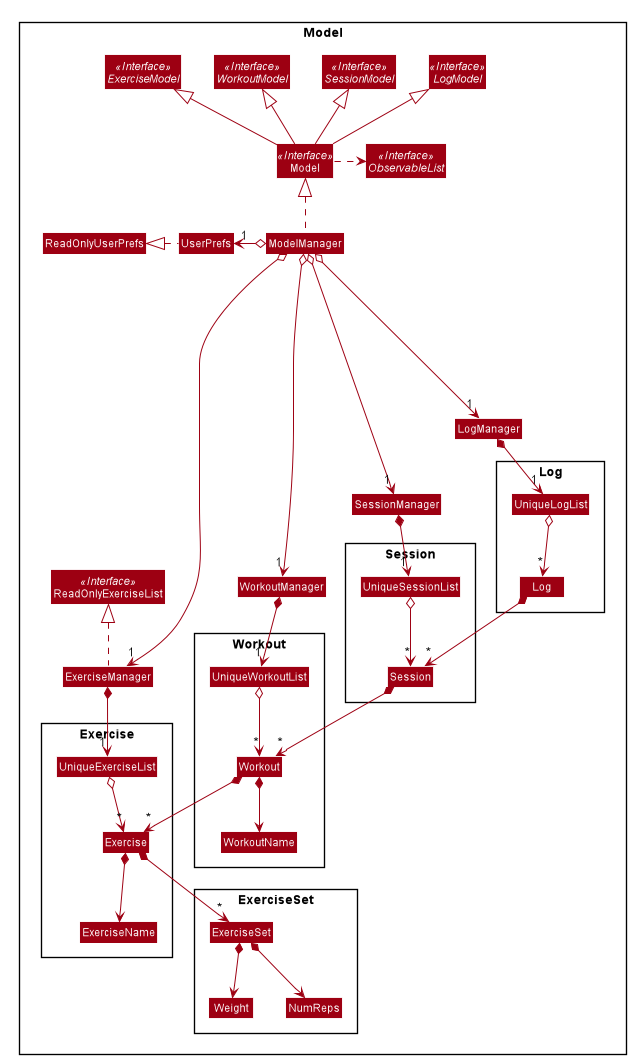
This is images/ModelClassDiagram.png from alloystory/cs2103t_zerotoone, a PlantUML export, as it was before one commit.
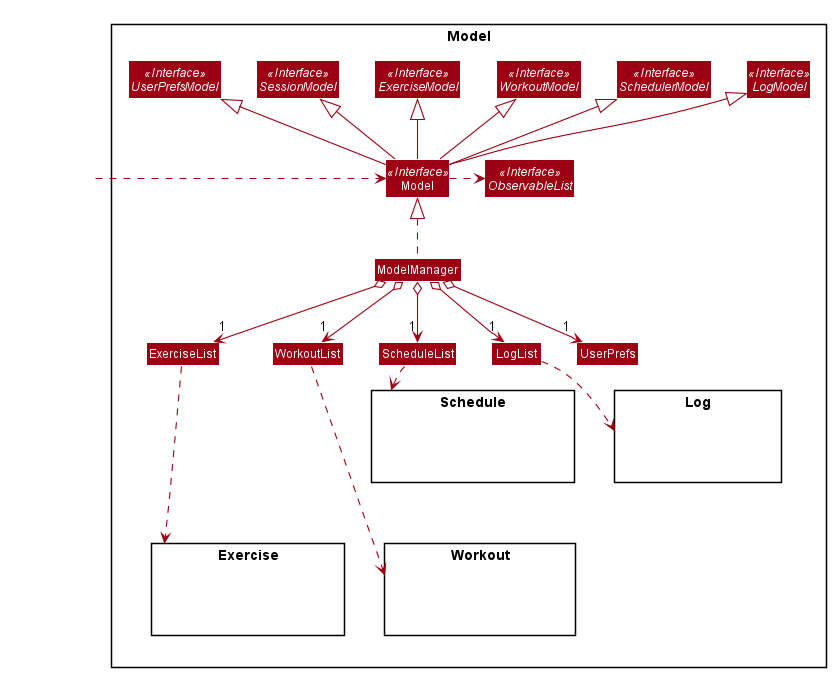
Above is the later version.

Change to the diagram source:
```diff
@@ -1,4 +1,6 @@
 @startuml
+
+
 
 
 
@@ -51,90 +53,62 @@
 skinparam arrowColor #9D0012
 skinparam classBackgroundColor #9D0012
 
-Package Model <<Rectangle>>{
-Interface ReadOnlyExerciseList <<Interface>>
-Interface Model <<Interface>>
-Interface ExerciseModel <<Interface>>
-Interface WorkoutModel <<Interface>>
-Interface SessionModel <<Interface>>
-Interface LogModel <<Interface>>
-Interface ObservableList <<Interface>>
-Class ExerciseManager
-Class ReadOnlyExerciseList
-Class WorkoutManager
-Class SessionManager
-Class LogManager
-Class Model
-Class ModelManager
-Class UserPrefs
-Class ReadOnlyUserPrefs
+Package Model <<Rectangle>> {
+    Interface Model <<Interface>>
+    Interface UserPrefsModel <<Interface>>
+    Interface SessionModel <<Interface>>
+    Interface ExerciseModel <<Interface>>
+    Interface WorkoutModel <<Interface>>
+    Interface SchedulerModel <<Interface>>
+    Interface LogModel <<Interface>>
+    Interface ObservableList <<Interface>>
 
-Package Exercise {
-Class Exercise
-Class ExerciseName
-Class UniqueExerciseList
+    Class ExerciseList
+    Class WorkoutList
+    Class ScheduleList
+    Class LogList
+
+    Class Model
+    Class ModelManager
+    Class UserPrefs
+
+    Package Exercise {
+        Class HiddenExerciseModel #FFFFFF
+    }
+
+    Package Workout {
+        Class HiddenWorkoutModel #FFFFFF
+    }
+
+    Package Schedule {
+        Class HiddenSchedulerModel #FFFFFF
+    }
+
+    Package Log {
+        Class HiddenLogModel #FFFFFF
+    }
 }
 
-Package ExerciseSet {
-Class ExerciseSet
-Class Weight
-Class NumReps
-}
+Class HiddenOutside #FFFFFF
+HiddenOutside .right.> Model
 
-Package Workout {
-Class Workout
-Class WorkoutName
-Class UniqueWorkoutList
-}
-
-Package Session {
-Class Session
-Class Workout
-Class UniqueSessionList
-}
-
-Package Log {
-Class Log
-Class Session
-Class UniqueLogList
-}
-}
-
-ExerciseManager .up.|> ReadOnlyExerciseList
-
+Model -up-|> UserPrefsModel
+Model -up-|> SessionModel
 Model -up-|> ExerciseModel
 Model -up-|> WorkoutModel
-Model -up-|> SessionModel
+Model -up-|> SchedulerModel
 Model -up-|> LogModel
+Model .right.> ObservableList
 
 ModelManager .up.|> Model
-Model .right.> ObservableList
-ModelManager o-down-> "1" ExerciseManager
-ModelManager o-left-> "1" UserPrefs
-UserPrefs .left.|> ReadOnlyUserPrefs
+ModelManager o--> "1" UserPrefs
+ModelManager o--> "1" ExerciseList
+ModelManager o--> "1" WorkoutList
+ModelManager o--> "1" ScheduleList
+ModelManager o--> "1" LogList
 
-ExerciseManager *--> "1" UniqueExerciseList
-UniqueExerciseList o--> "*" Exercise
-Exercise *--> ExerciseName
-Exercise *--> "*" ExerciseSet
-
-ExerciseSet *--> Weight
-ExerciseSet *--> NumReps
-
-ModelManager o--> "1" WorkoutManager
-WorkoutManager *--> "1" UniqueWorkoutList
-UniqueWorkoutList o--> "*" Workout
-Workout *--> WorkoutName
-Workout *--> "*" Exercise
-
-ModelManager o--> "1" SessionManager
-SessionManager *--> "1" UniqueSessionList
-UniqueSessionList o--> "*" Session
-Session *--> "*" Workout
-
-ModelManager o----> "1" LogManager
-LogManager *--> "1" UniqueLogList
-UniqueLogList o--> "*" Log
-Log *--> "*" Session
-
+ExerciseList ...down.> Exercise
+WorkoutList ...down.> Workout
+ScheduleList .down.> Schedule
+LogList .down.> Log
 @enduml
```
